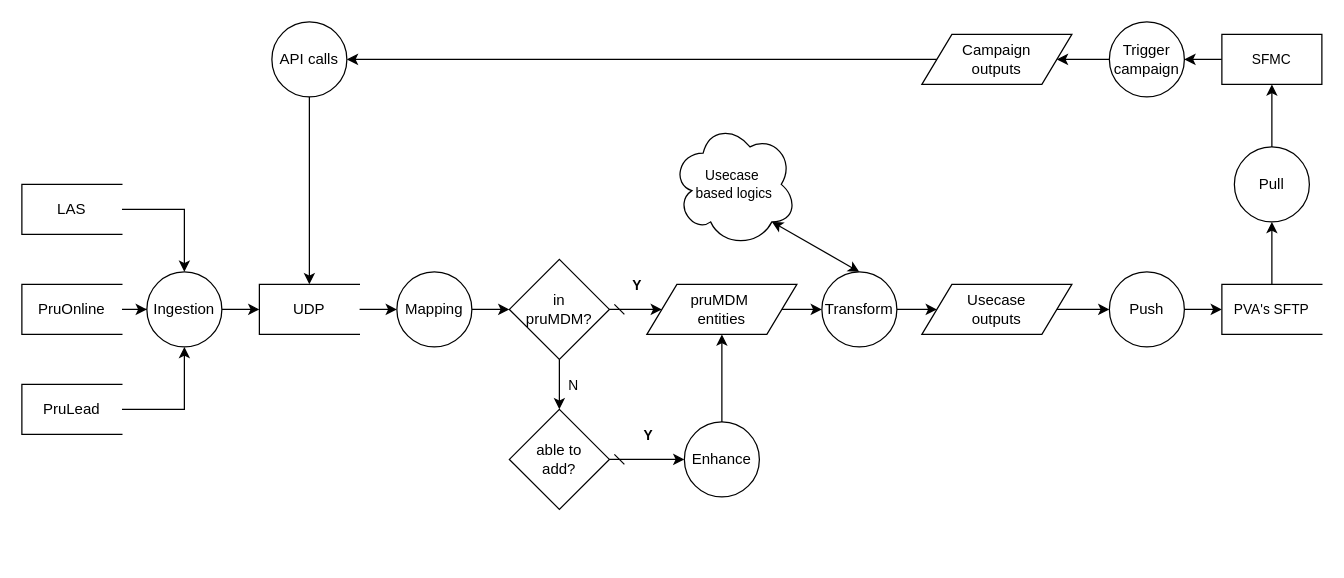
This is CEP_Cross-sales.drawio from EpicM97/EpicM, a draw.io file, before an edit. Source tidied: cells renumbered, new cells numbered last; positions are measured from the earlier drawing's top-left corner, leaving out a move shared by most shapes. Both pictures are drawn from the tidied source at 125%, with x=0, y=0 at pixel (21, 21).
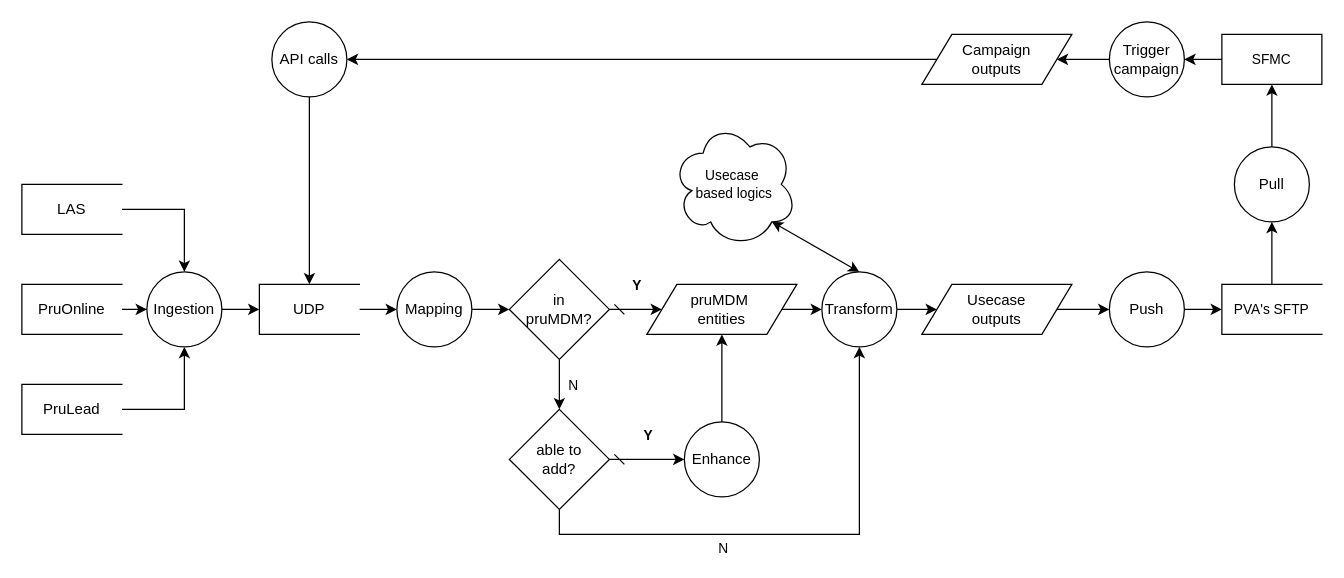
The same diagram, later.

Unchanged cells that the change refers to:
```xml
<mxCell id="31" value="Transform" style="shape=ellipse;html=1;dashed=0;whiteSpace=wrap;perimeter=ellipsePerimeter;" parent="1" vertex="1">
  <mxGeometry x="640" y="200" width="60" height="60" as="geometry" />
</mxCell>
<mxCell id="41" value="able to&lt;div&gt;add?&lt;/div&gt;" style="rhombus;whiteSpace=wrap;html=1;dashed=0;" parent="1" vertex="1">
  <mxGeometry x="390" y="310" width="80" height="80" as="geometry" />
</mxCell>
```

Diff of the diagram source:
```diff
@@
+    <mxCell id="46" style="edgeStyle=orthogonalEdgeStyle;rounded=0;jettySize=auto;html=1;entryX=0.5;entryY=1;entryDx=0;entryDy=0;strokeColor=default;align=center;verticalAlign=middle;fontFamily=Helvetica;fontSize=11;fontColor=default;labelBackgroundColor=default;endArrow=classic;" parent="1" edge="1" source="41" target="31">
+      <mxGeometry relative="1" as="geometry">
+        <Array as="points">
+          <mxPoint x="430" y="410" />
+          <mxPoint x="670" y="410" />
+        </Array>
+      </mxGeometry>
+    </mxCell>
+    <mxCell id="47" value="N" style="edgeLabel;html=1;align=center;verticalAlign=middle;fontFamily=Helvetica;fontSize=11;fontColor=default;labelBackgroundColor=default;" parent="46" vertex="1">
+      <mxGeometry x="-0.38" y="-5" relative="1" as="geometry">
+        <mxPoint x="23" y="5" as="offset" />
+      </mxGeometry>
+    </mxCell>
```
